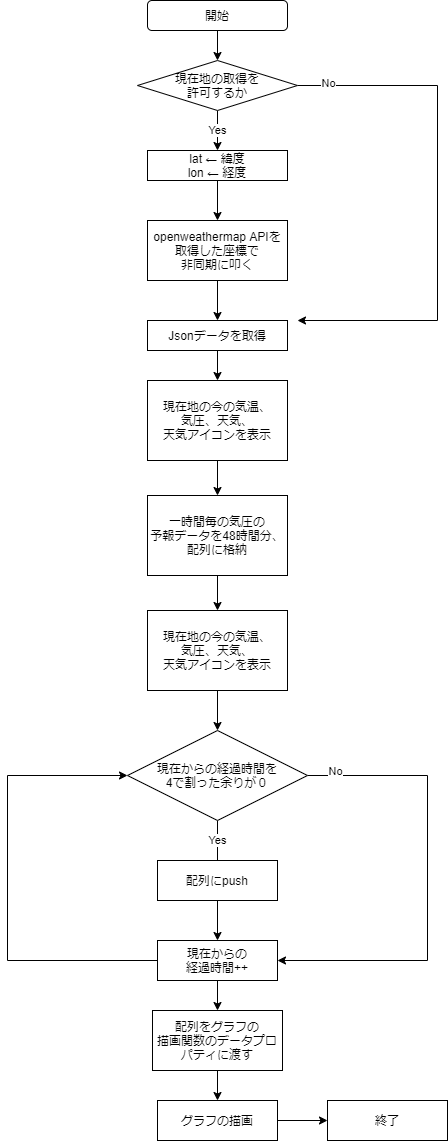
Earlier version of the draw.io export weather/chart.png (luckwell4869/Portfolio). Source tidied: cells renumbered, new cells last; positions are measured from the earlier drawing's top-left corner, leaving out a move shared by most shapes.
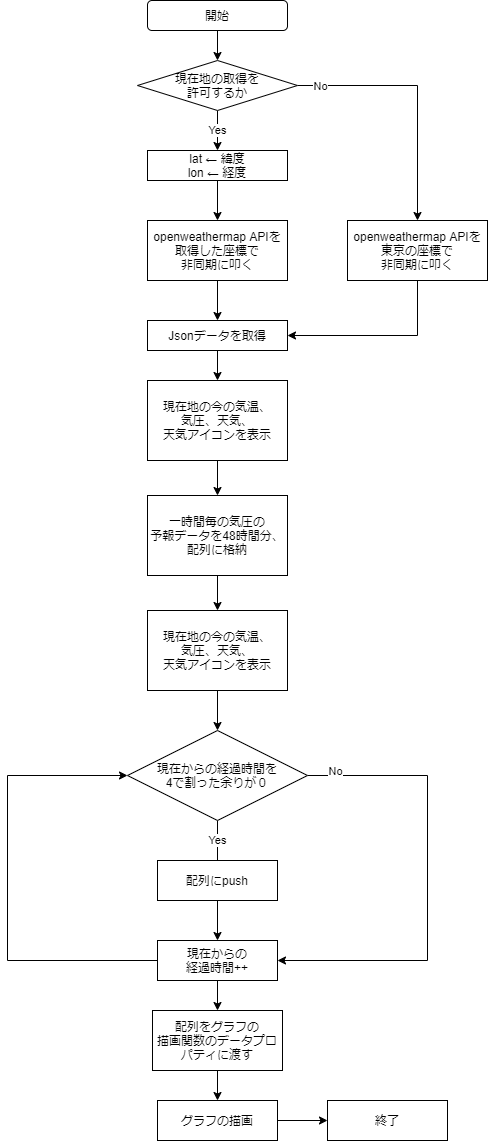
The same file after the commit.

What changed in the source:
```diff
@@ -8,19 +8,16 @@
     <mxCell id="3" value="開始" style="rounded=1;whiteSpace=wrap;html=1;" parent="1" vertex="1">
       <mxGeometry x="140" width="140" height="30" as="geometry" />
     </mxCell>
-    <mxCell id="4" style="edgeStyle=orthogonalEdgeStyle;rounded=0;jettySize=auto;html=1;exitX=1;exitY=0.5;exitDx=0;exitDy=0;" parent="1" edge="1" source="7">
+    <mxCell id="4" style="edgeStyle=orthogonalEdgeStyle;rounded=0;jettySize=auto;html=1;entryX=0.5;entryY=0;entryDx=0;entryDy=0;exitX=1;exitY=0.5;exitDx=0;exitDy=0;" parent="1" edge="1" source="7" target="35">
       <mxGeometry relative="1" as="geometry">
-        <mxPoint x="290" y="320" as="targetPoint" />
         <Array as="points">
-          <mxPoint x="430" y="85" />
-          <mxPoint x="430" y="320" />
-          <mxPoint x="290" y="320" />
+          <mxPoint x="410" y="85" />
         </Array>
       </mxGeometry>
     </mxCell>
     <mxCell id="5" value="No" style="edgeLabel;html=1;align=center;verticalAlign=middle;" parent="4" vertex="1">
       <mxGeometry x="-0.63" y="3" relative="1" as="geometry">
-        <mxPoint x="-65" as="offset" />
+        <mxPoint x="-25" y="3" as="offset" />
       </mxGeometry>
     </mxCell>
     <mxCell id="6" value="Yes" style="edgeStyle=orthogonalEdgeStyle;rounded=0;jettySize=auto;html=1;entryX=0.5;entryY=0;entryDx=0;entryDy=0;" parent="1" edge="1" source="7" target="9">
@@ -121,5 +118,11 @@
     <mxCell id="33" value="終了" style="rounded=0;whiteSpace=wrap;html=1;" parent="1" vertex="1">
       <mxGeometry x="320" y="1100" width="120" height="40" as="geometry" />
     </mxCell>
+    <mxCell id="34" style="edgeStyle=orthogonalEdgeStyle;rounded=0;jettySize=auto;html=1;exitX=0.5;exitY=1;exitDx=0;exitDy=0;entryX=1;entryY=0.5;entryDx=0;entryDy=0;" parent="1" edge="1" source="35" target="13">
+      <mxGeometry relative="1" as="geometry" />
+    </mxCell>
+    <mxCell id="35" value="openweathermap APIを&lt;br&gt;東京の座標で&lt;br&gt;非同期に叩く" style="rounded=0;whiteSpace=wrap;html=1;" parent="1" vertex="1">
+      <mxGeometry x="340" y="220" width="140" height="60" as="geometry" />
+    </mxCell>
   </root>
 </mxGraphModel>
```
